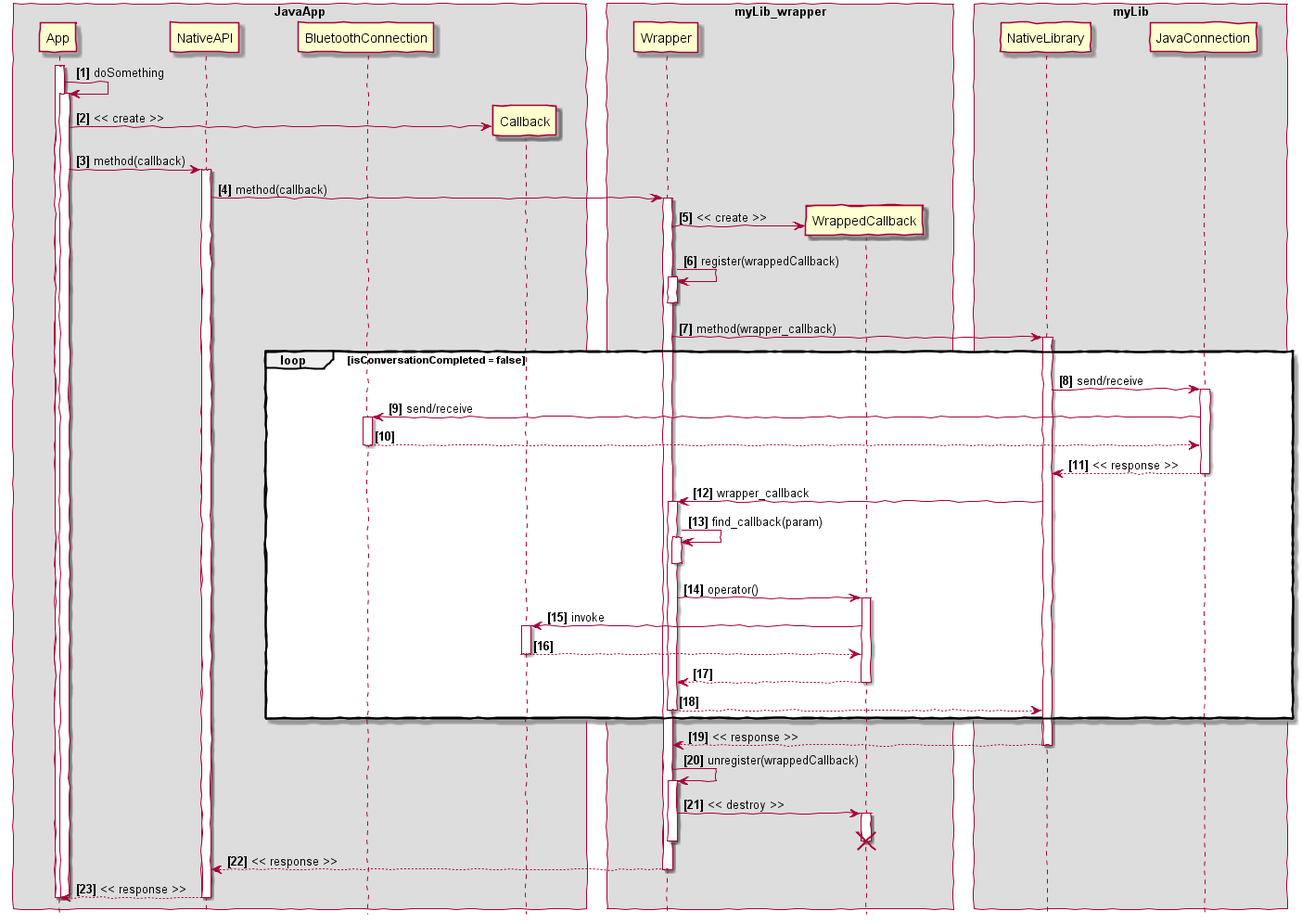
The PlantUML diagram cpp/img/bluetooth-cpp-android/invoke-callback-sequence-diagram.png in gzuliani/gzuliani.github.io, before a commit.
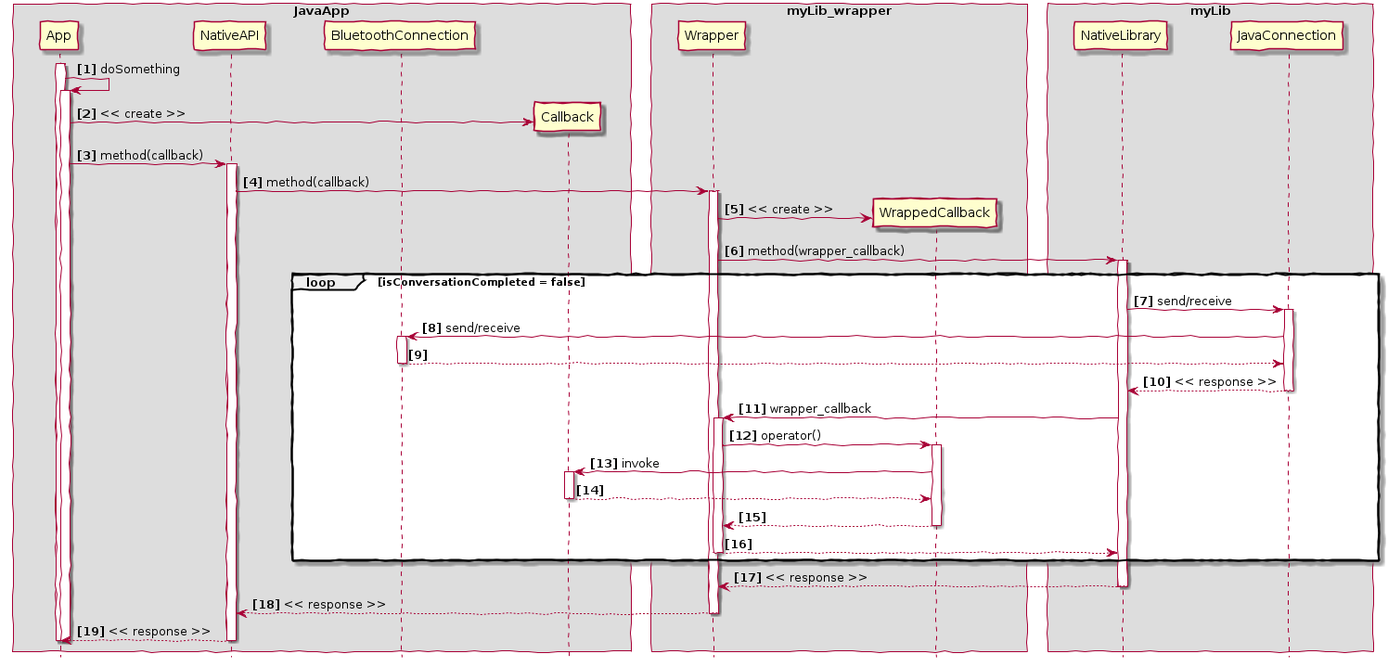
After the change.

Diff of the diagram source:
```diff
@@ -42,10 +42,6 @@
 create WrappedCallback
 Wrapper -> WrappedCallback: << create >>
 
-Wrapper -> Wrapper: register(wrappedCallback)
-activate Wrapper
-deactivate Wrapper
-
 Wrapper -> NativeLibrary: method(wrapper_callback)
 activate NativeLibrary
 
@@ -64,10 +60,6 @@
 
 NativeLibrary -> Wrapper: wrapper_callback
 activate Wrapper
-
-Wrapper -> Wrapper: find_callback(param)
-activate Wrapper
-deactivate Wrapper
 
 Wrapper -> WrappedCallback: operator()
 activate WrappedCallback
@@ -88,14 +80,6 @@
 NativeLibrary --> Wrapper: << response >>
 deactivate NativeLibrary
 
-Wrapper -> Wrapper: unregister(wrappedCallback)
-activate Wrapper
-Wrapper -> WrappedCallback: << destroy >>
-activate WrappedCallback
-deactivate WrappedCallback
-destroy WrappedCallback
-deactivate Wrapper
-
 Wrapper --> NativeAPI: << response >>
 deactivate Wrapper
 
```
